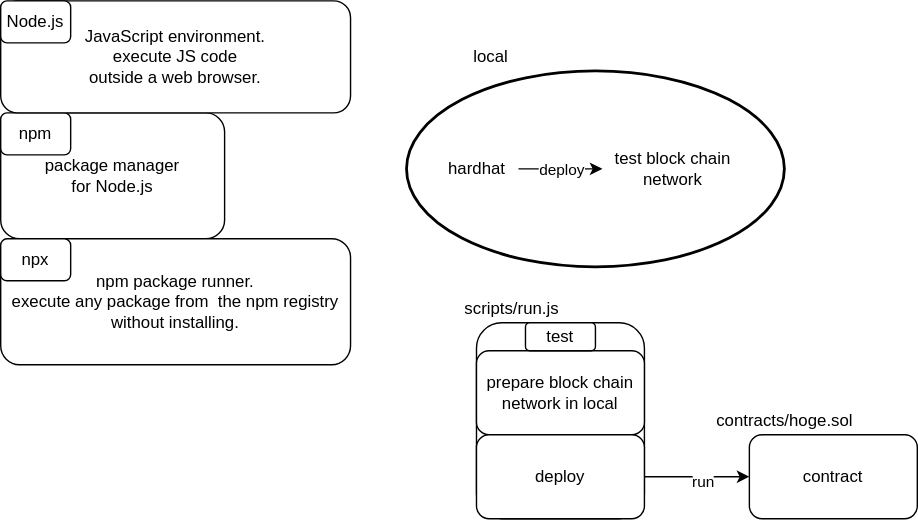
Above: hardhat.drawio.svg in ryojiroakiyama/Web3Lab (draw.io), before the change. Source tidied: cells renumbered, new cells last; positions are measured from the earlier drawing's top-left corner, leaving out a move shared by most shapes.
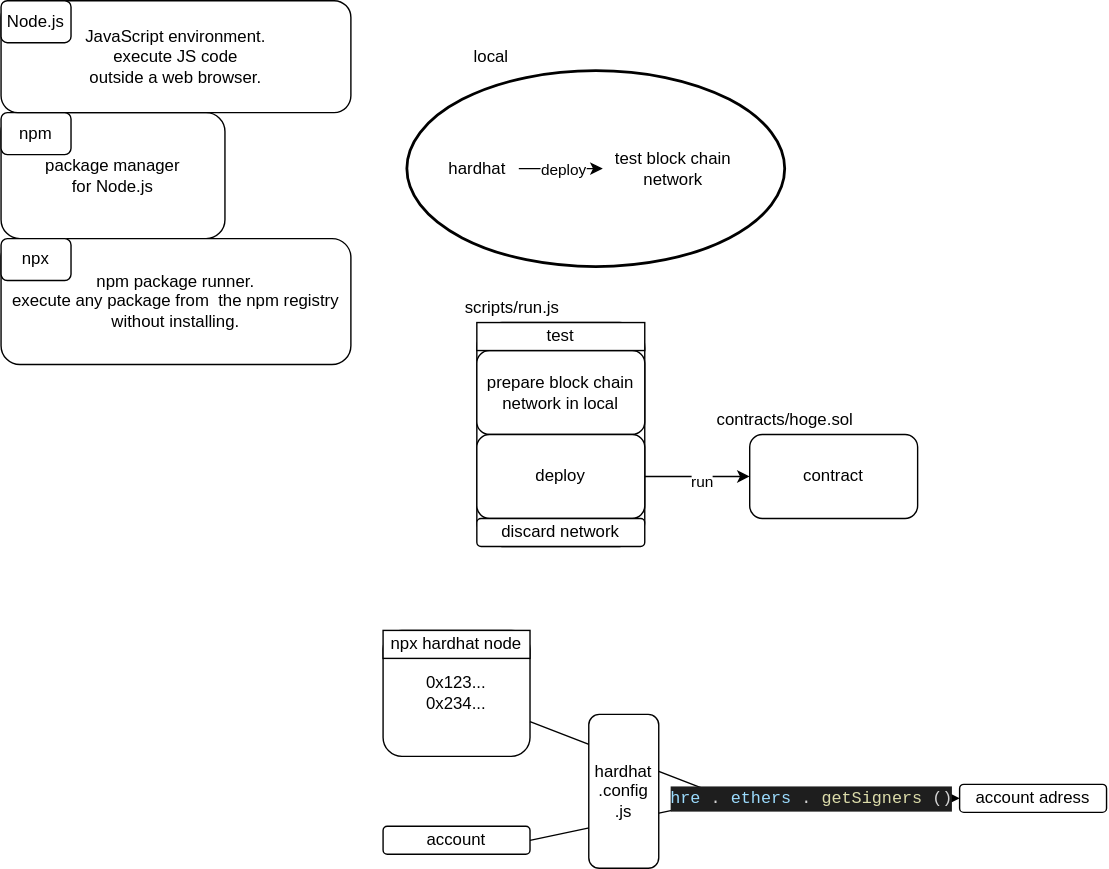
Later version of the same file.

Diff of the diagram source:
```diff
@@ -41,7 +41,7 @@
       <mxGeometry width="50" height="30" as="geometry" />
     </mxCell>
     <mxCell id="14" style="rounded=1;whiteSpace=wrap;html=1;" parent="1" vertex="1">
-      <mxGeometry x="340" y="230" width="120" height="140" as="geometry" />
+      <mxGeometry x="340" y="230" width="120" height="160" as="geometry" />
     </mxCell>
     <mxCell id="15" value="&amp;nbsp;contract" style="rounded=1;whiteSpace=wrap;html=1;" parent="1" vertex="1">
       <mxGeometry x="535" y="310" width="120" height="60" as="geometry" />
@@ -64,8 +64,38 @@
     <mxCell id="21" value="deploy" style="rounded=1;whiteSpace=wrap;html=1;" parent="1" vertex="1">
       <mxGeometry x="340" y="310" width="120" height="60" as="geometry" />
     </mxCell>
-    <mxCell id="22" value="&lt;span&gt;test&lt;/span&gt;" style="rounded=1;whiteSpace=wrap;html=1;" parent="1" vertex="1">
-      <mxGeometry x="375" y="230" width="50" height="20" as="geometry" />
+    <mxCell id="22" value="&lt;span&gt;test&lt;/span&gt;" style="rounded=0;whiteSpace=wrap;html=1;" parent="1" vertex="1">
+      <mxGeometry x="340" y="230" width="120" height="20" as="geometry" />
     </mxCell>
+    <mxCell id="23" value="0x123...&lt;br&gt;0x234..." style="rounded=1;whiteSpace=wrap;html=1;" parent="1" vertex="1">
+      <mxGeometry x="273" y="450" width="105" height="90" as="geometry" />
+    </mxCell>
+    <mxCell id="24" value="npx hardhat node" style="rounded=0;whiteSpace=wrap;html=1;" parent="1" vertex="1">
+      <mxGeometry x="273" y="450" width="105" height="20" as="geometry" />
+    </mxCell>
+    <mxCell id="25" value="discard network" style="rounded=1;whiteSpace=wrap;html=1;" parent="1" vertex="1">
+      <mxGeometry x="340" y="370" width="120" height="20" as="geometry" />
+    </mxCell>
+    <mxCell id="26" style="edgeStyle=none;html=1;endArrow=none;endFill=0;exitX=1;exitY=0.5;exitDx=0;exitDy=0;" parent="1" edge="1" source="27">
+      <mxGeometry relative="1" as="geometry">
+        <mxPoint x="520" y="570" as="targetPoint" />
+      </mxGeometry>
+    </mxCell>
+    <mxCell id="27" value="account" style="rounded=1;whiteSpace=wrap;html=1;" parent="1" vertex="1">
+      <mxGeometry x="273" y="590" width="105" height="20" as="geometry" />
+    </mxCell>
+    <mxCell id="28" value="&lt;div style=&quot;color: rgb(212 , 212 , 212) ; background-color: rgb(30 , 30 , 30) ; font-family: &amp;#34;menlo&amp;#34; , &amp;#34;monaco&amp;#34; , &amp;#34;courier new&amp;#34; , monospace ; font-size: 12px ; line-height: 18px&quot;&gt;&lt;span style=&quot;color: #9cdcfe&quot;&gt;hre&lt;/span&gt;.&lt;span style=&quot;color: #9cdcfe&quot;&gt;ethers&lt;/span&gt;.&lt;span style=&quot;color: #dcdcaa&quot;&gt;getSigners&lt;/span&gt;()&lt;/div&gt;" style="edgeStyle=none;html=1;entryX=0;entryY=0.5;entryDx=0;entryDy=0;" parent="1" edge="1" source="23" target="29">
+      <mxGeometry x="0.34" relative="1" as="geometry">
+        <Array as="points">
+          <mxPoint x="520" y="570" />
+        </Array>
+      </mxGeometry>
+    </mxCell>
+    <mxCell id="29" value="account adress" style="rounded=1;whiteSpace=wrap;html=1;" parent="1" vertex="1">
+      <mxGeometry x="685" y="560" width="105" height="20" as="geometry" />
+    </mxCell>
+    <mxCell id="30" value="hardhat&lt;br&gt;.config&lt;br&gt;.js" style="rounded=1;whiteSpace=wrap;html=1;" parent="1" vertex="1">
+      <mxGeometry x="420" y="510" width="50" height="110" as="geometry" />
+    </mxCell>
   </root>
 </mxGraphModel>
```
